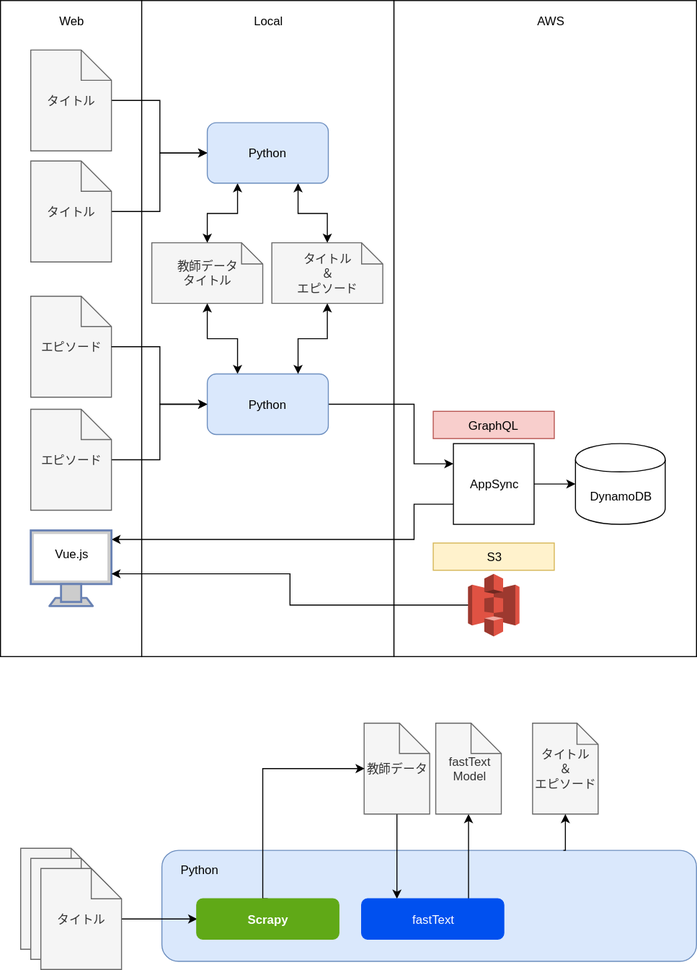
This is Booklyn.svg from shakamo/booklyn2, a draw.io export, as it was before one commit. Source tidied: cells renumbered, new cells last; positions are measured from the earlier drawing's top-left corner, leaving out a move shared by most shapes.
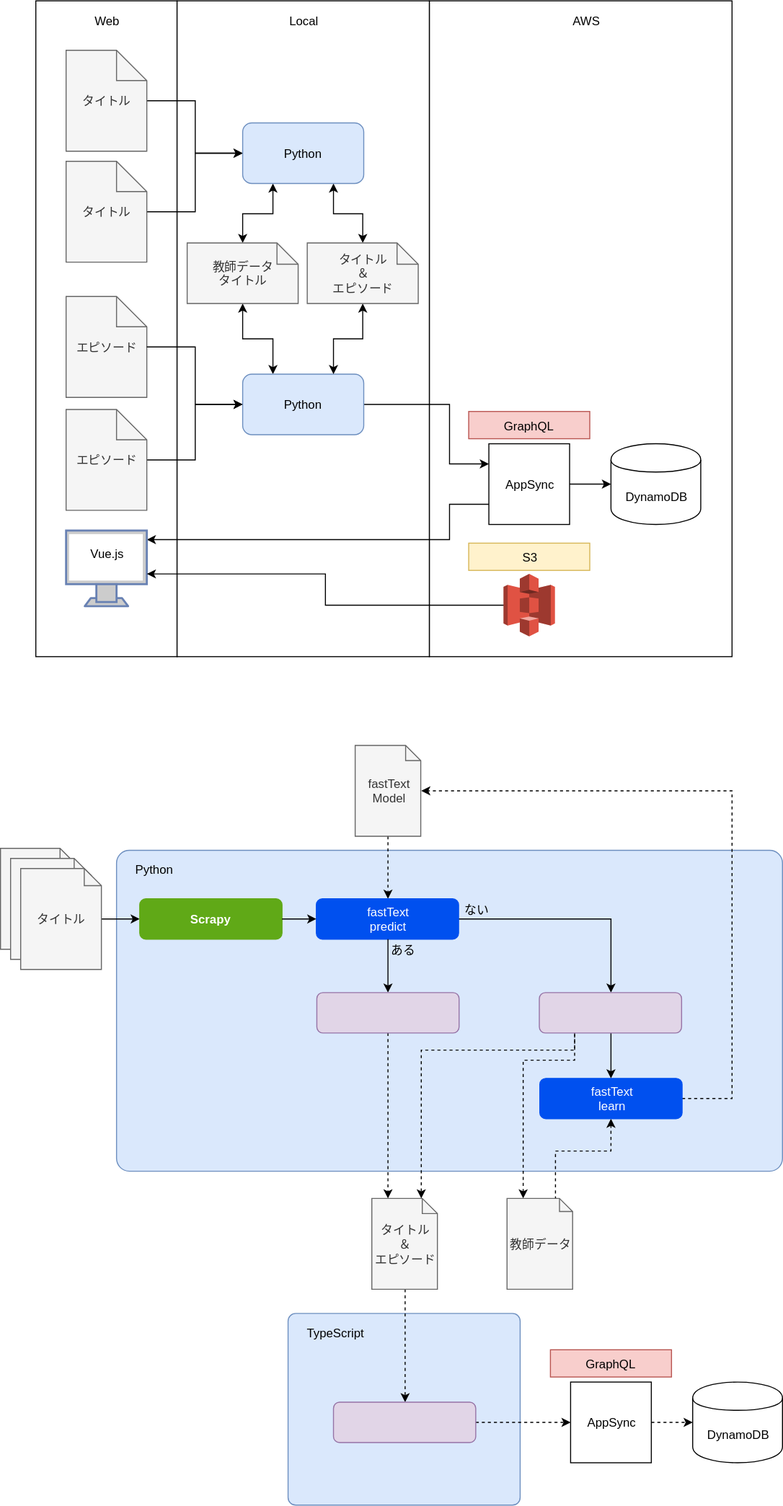
Above is the later version.

The edit, as a diff of the source:
```diff
@@ -2,6 +2,9 @@
   <root>
     <mxCell id="0" />
     <mxCell id="1" parent="0" />
+    <mxCell id="49" value="TypeScript" style="rounded=1;whiteSpace=wrap;html=1;fillColor=#dae8fc;strokeColor=#6c8ebf;verticalAlign=top;align=left;spacing=0;spacingTop=7;spacingLeft=18;arcSize=4;" parent="1" vertex="1">
+      <mxGeometry x="250" y="1301" width="230" height="190" as="geometry" />
+    </mxCell>
     <mxCell id="2" style="rounded=0;whiteSpace=wrap;html=1;" parent="1" vertex="1">
       <mxGeometry x="390" width="300" height="650" as="geometry" />
     </mxCell>
@@ -103,11 +106,11 @@
     <mxCell id="31" value="Vue.js" style="text;html=1;strokeColor=none;fillColor=none;align=center;verticalAlign=middle;whiteSpace=wrap;rounded=0;" parent="1" vertex="1">
       <mxGeometry x="50" y="538" width="40" height="20" as="geometry" />
     </mxCell>
-    <mxCell id="32" value="タイトル" style="shape=note;whiteSpace=wrap;html=1;backgroundOutline=1;fillColor=#f5f5f5;strokeColor=#666666;fontColor=#333333;" parent="1" vertex="1">
-      <mxGeometry x="20" y="840" width="80" height="100" as="geometry" />
+    <mxCell id="32" value="タイトル" style="shape=note;whiteSpace=wrap;html=1;backgroundOutline=1;fillColor=#f5f5f5;strokeColor=#666666;fontColor=#333333;size=21;" parent="1" vertex="1">
+      <mxGeometry x="-35" y="840" width="80" height="100" as="geometry" />
     </mxCell>
-    <mxCell id="33" value="Python" style="rounded=1;whiteSpace=wrap;html=1;fillColor=#dae8fc;strokeColor=#6c8ebf;verticalAlign=top;align=left;spacing=0;spacingTop=7;spacingLeft=18;" parent="1" vertex="1">
-      <mxGeometry x="160" y="842" width="530" height="110" as="geometry" />
+    <mxCell id="33" value="Python" style="rounded=1;whiteSpace=wrap;html=1;fillColor=#dae8fc;strokeColor=#6c8ebf;verticalAlign=top;align=left;spacing=0;spacingTop=7;spacingLeft=18;arcSize=4;" parent="1" vertex="1">
+      <mxGeometry x="80" y="842" width="660" height="318" as="geometry" />
     </mxCell>
     <mxCell id="34" style="edgeStyle=orthogonalEdgeStyle;rounded=0;html=1;entryX=1;entryY=0.71;entryPerimeter=0;startArrow=none;startFill=0;jettySize=auto;exitX=0;exitY=0.5;exitPerimeter=0;" parent="1" edge="1" source="35">
       <mxGeometry relative="1" as="geometry">
@@ -117,48 +120,118 @@
     <mxCell id="35" style="outlineConnect=0;dashed=0;verticalLabelPosition=bottom;verticalAlign=top;align=center;html=1;shape=mxgraph.aws3.s3;fillColor=#E05243;gradientColor=none;" parent="1" vertex="1">
       <mxGeometry x="463.5" y="568" width="51" height="62" as="geometry" />
     </mxCell>
-    <mxCell id="36" value="タイトル" style="shape=note;whiteSpace=wrap;html=1;backgroundOutline=1;fillColor=#f5f5f5;strokeColor=#666666;fontColor=#333333;" parent="1" vertex="1">
-      <mxGeometry x="30" y="850" width="80" height="100" as="geometry" />
+    <mxCell id="36" value="タイトル" style="shape=note;whiteSpace=wrap;html=1;backgroundOutline=1;fillColor=#f5f5f5;strokeColor=#666666;fontColor=#333333;size=17;" parent="1" vertex="1">
+      <mxGeometry x="-25" y="850" width="80" height="100" as="geometry" />
     </mxCell>
     <mxCell id="37" style="edgeStyle=orthogonalEdgeStyle;rounded=0;html=1;entryX=0;entryY=0.5;startArrow=none;startFill=0;jettySize=auto;" parent="1" edge="1" source="38" target="48">
       <mxGeometry relative="1" as="geometry" />
     </mxCell>
-    <mxCell id="38" value="タイトル" style="shape=note;whiteSpace=wrap;html=1;backgroundOutline=1;fillColor=#f5f5f5;strokeColor=#666666;fontColor=#333333;" parent="1" vertex="1">
-      <mxGeometry x="40" y="860" width="80" height="100" as="geometry" />
+    <mxCell id="38" value="タイトル" style="shape=note;whiteSpace=wrap;html=1;backgroundOutline=1;fillColor=#f5f5f5;strokeColor=#666666;fontColor=#333333;size=17;" parent="1" vertex="1">
+      <mxGeometry x="-15" y="860" width="80" height="100" as="geometry" />
     </mxCell>
-    <mxCell id="39" style="edgeStyle=orthogonalEdgeStyle;rounded=0;html=1;entryX=0.25;entryY=0;startArrow=none;startFill=0;jettySize=auto;" parent="1" edge="1" source="40" target="42">
-      <mxGeometry relative="1" as="geometry" />
+    <mxCell id="39" style="edgeStyle=orthogonalEdgeStyle;rounded=0;html=1;entryX=0.25;entryY=1;startArrow=classic;startFill=1;jettySize=auto;endArrow=none;endFill=0;exitX=0.25;exitY=0;dashed=1;" parent="1" edge="1" source="40" target="60">
+      <mxGeometry relative="1" as="geometry">
+        <Array as="points">
+          <mxPoint x="483" y="1050" />
+          <mxPoint x="534" y="1050" />
+        </Array>
+      </mxGeometry>
     </mxCell>
+    <mxCell id="50" style="edgeStyle=orthogonalEdgeStyle;rounded=0;html=1;entryX=0.5;entryY=1;startArrow=none;startFill=0;endArrow=classic;endFill=1;jettySize=auto;fontSize=12;exitX=0.75;exitY=0;dashed=1;" parent="1" edge="1" source="40" target="56">
+      <mxGeometry relative="1" as="geometry">
+        <Array as="points">
+          <mxPoint x="515" y="1140" />
+          <mxPoint x="570" y="1140" />
+        </Array>
+      </mxGeometry>
+    </mxCell>
-    <mxCell id="40" value="教師データ" style="shape=note;whiteSpace=wrap;html=1;backgroundOutline=1;fillColor=#f5f5f5;strokeColor=#666666;fontColor=#333333;" parent="1" vertex="1">
-      <mxGeometry x="360.5" y="716" width="65" height="90" as="geometry" />
+    <mxCell id="40" value="教師データ" style="shape=note;whiteSpace=wrap;html=1;backgroundOutline=1;fillColor=#f5f5f5;strokeColor=#666666;fontColor=#333333;size=13;" parent="1" vertex="1">
+      <mxGeometry x="467" y="1187" width="65" height="90" as="geometry" />
     </mxCell>
-    <mxCell id="41" style="edgeStyle=orthogonalEdgeStyle;rounded=0;html=1;entryX=0.5;entryY=1;startArrow=none;startFill=0;jettySize=auto;exitX=0.75;exitY=0;" parent="1" edge="1" source="42" target="43">
+    <mxCell id="41" style="edgeStyle=orthogonalEdgeStyle;rounded=0;html=1;startArrow=none;startFill=0;jettySize=auto;exitX=0.5;exitY=1;entryX=0.5;entryY=0;dashed=1;" parent="1" edge="1" source="43" target="42">
       <mxGeometry relative="1" as="geometry" />
     </mxCell>
+    <mxCell id="51" style="edgeStyle=orthogonalEdgeStyle;rounded=0;html=1;entryX=0.5;entryY=0;startArrow=none;startFill=0;endArrow=classic;endFill=1;jettySize=auto;fontSize=12;" parent="1" edge="1" source="42" target="60">
+      <mxGeometry relative="1" as="geometry" />
+    </mxCell>
-    <mxCell id="42" value="fastText" style="rounded=1;whiteSpace=wrap;html=1;fillColor=#0050ef;strokeColor=#0050ef;verticalAlign=middle;fontColor=#ffffff;" parent="1" vertex="1">
-      <mxGeometry x="358" y="890" width="141" height="40" as="geometry" />
+    <mxCell id="42" value="fastText&lt;br&gt;predict&lt;br&gt;" style="rounded=1;whiteSpace=wrap;html=1;fillColor=#0050ef;strokeColor=#0050ef;verticalAlign=middle;fontColor=#ffffff;" parent="1" vertex="1">
+      <mxGeometry x="278" y="890" width="141" height="40" as="geometry" />
     </mxCell>
-    <mxCell id="43" value="fastText&lt;br&gt;Model&lt;br&gt;" style="shape=note;whiteSpace=wrap;html=1;backgroundOutline=1;fillColor=#f5f5f5;strokeColor=#666666;fontColor=#333333;" parent="1" vertex="1">
-      <mxGeometry x="431.5" y="716" width="65" height="90" as="geometry" />
+    <mxCell id="43" value="fastText&lt;br&gt;Model&lt;br&gt;" style="shape=note;whiteSpace=wrap;html=1;backgroundOutline=1;fillColor=#f5f5f5;strokeColor=#666666;fontColor=#333333;size=15;" parent="1" vertex="1">
+      <mxGeometry x="316.5" y="738" width="65" height="90" as="geometry" />
     </mxCell>
+    <mxCell id="52" style="edgeStyle=orthogonalEdgeStyle;rounded=0;html=1;entryX=0.5;entryY=0;dashed=1;startArrow=none;startFill=0;endArrow=classic;endFill=1;jettySize=auto;fontSize=12;" parent="1" edge="1" source="44" target="64">
+      <mxGeometry relative="1" as="geometry" />
+    </mxCell>
-    <mxCell id="44" value="タイトル&lt;br&gt;＆&lt;br&gt;エピソード&lt;br&gt;" style="shape=note;whiteSpace=wrap;html=1;backgroundOutline=1;fillColor=#f5f5f5;strokeColor=#666666;fontColor=#333333;size=21;" parent="1" vertex="1">
-      <mxGeometry x="527.5" y="716" width="65" height="90" as="geometry" />
+    <mxCell id="44" value="タイトル&lt;br&gt;＆&lt;br&gt;エピソード&lt;br&gt;" style="shape=note;whiteSpace=wrap;html=1;backgroundOutline=1;fillColor=#f5f5f5;strokeColor=#666666;fontColor=#333333;size=15;" parent="1" vertex="1">
+      <mxGeometry x="333" y="1187" width="65" height="90" as="geometry" />
     </mxCell>
-    <mxCell id="45" style="edgeStyle=orthogonalEdgeStyle;rounded=0;html=1;entryX=0.5;entryY=1;startArrow=none;startFill=0;jettySize=auto;exitX=0.75;exitY=0;" parent="1" edge="1" source="33" target="44">
+    <mxCell id="45" style="edgeStyle=orthogonalEdgeStyle;rounded=0;html=1;entryX=0.25;entryY=0;startArrow=none;startFill=0;jettySize=auto;exitX=0.5;exitY=1;dashed=1;" parent="1" edge="1" source="57" target="44">
       <mxGeometry relative="1" as="geometry" />
     </mxCell>
     <mxCell id="46" value="S3&lt;br&gt;" style="rounded=0;whiteSpace=wrap;html=1;fillColor=#fff2cc;strokeColor=#d6b656;" parent="1" vertex="1">
       <mxGeometry x="429" y="537.5" width="120" height="27" as="geometry" />
     </mxCell>
-    <mxCell id="47" style="edgeStyle=orthogonalEdgeStyle;rounded=0;html=1;entryX=0;entryY=0.5;startArrow=none;startFill=0;endArrow=classic;endFill=1;jettySize=auto;fontSize=12;exitX=0.5;exitY=0;" parent="1" edge="1" source="48" target="40">
-      <mxGeometry relative="1" as="geometry">
-        <Array as="points">
-          <mxPoint x="260" y="761" />
-        </Array>
-      </mxGeometry>
-    </mxCell>
     <mxCell id="48" value="&lt;h1 style=&quot;font-size: 12px;&quot;&gt;Scrapy&lt;/h1&gt;" style="rounded=1;whiteSpace=wrap;html=1;fillColor=#60a917;strokeColor=#60a917;verticalAlign=middle;fontColor=#ffffff;fontSize=12;" parent="1" vertex="1">
-      <mxGeometry x="194.5" y="890" width="141" height="40" as="geometry" />
+      <mxGeometry x="103" y="890" width="141" height="40" as="geometry" />
     </mxCell>
+    <mxCell id="53" style="edgeStyle=orthogonalEdgeStyle;rounded=0;html=1;entryX=0;entryY=0.5;startArrow=none;startFill=0;endArrow=classic;endFill=1;jettySize=auto;fontSize=12;exitX=1;exitY=0.5;" parent="1" edge="1" source="48" target="42">
+      <mxGeometry relative="1" as="geometry" />
+    </mxCell>
+    <mxCell id="54" style="edgeStyle=orthogonalEdgeStyle;rounded=0;html=1;entryX=0.5;entryY=0;startArrow=none;startFill=0;endArrow=classic;endFill=1;jettySize=auto;fontSize=12;exitX=0.5;exitY=1;" parent="1" edge="1" source="42" target="57">
+      <mxGeometry relative="1" as="geometry" />
+    </mxCell>
+    <mxCell id="55" style="edgeStyle=orthogonalEdgeStyle;rounded=0;html=1;entryX=1;entryY=0.5;startArrow=none;startFill=0;endArrow=classic;endFill=1;jettySize=auto;fontSize=12;dashed=1;" parent="1" edge="1" source="56" target="43">
+      <mxGeometry relative="1" as="geometry">
+        <Array as="points">
+          <mxPoint x="690" y="1088" />
+          <mxPoint x="690" y="783" />
+        </Array>
+      </mxGeometry>
+    </mxCell>
+    <mxCell id="56" value="fastText&lt;br&gt;learn&lt;br&gt;" style="rounded=1;whiteSpace=wrap;html=1;fillColor=#0050ef;strokeColor=#0050ef;verticalAlign=middle;fontColor=#ffffff;" parent="1" vertex="1">
+      <mxGeometry x="499.5" y="1068" width="141" height="40" as="geometry" />
+    </mxCell>
+    <mxCell id="57" value="&lt;h1 style=&quot;font-size: 12px&quot;&gt;&lt;br&gt;&lt;/h1&gt;" style="rounded=1;whiteSpace=wrap;html=1;fillColor=#e1d5e7;strokeColor=#9673a6;verticalAlign=middle;fontSize=12;" parent="1" vertex="1">
+      <mxGeometry x="278.5" y="983" width="141" height="40" as="geometry" />
+    </mxCell>
+    <mxCell id="58" style="edgeStyle=orthogonalEdgeStyle;rounded=0;html=1;entryX=0.75;entryY=0;startArrow=none;startFill=0;endArrow=classic;endFill=1;jettySize=auto;fontSize=12;exitX=0.25;exitY=1;dashed=1;" parent="1" edge="1" source="60" target="44">
+      <mxGeometry relative="1" as="geometry">
+        <Array as="points">
+          <mxPoint x="534" y="1040" />
+          <mxPoint x="382" y="1040" />
+        </Array>
+      </mxGeometry>
+    </mxCell>
+    <mxCell id="59" style="edgeStyle=orthogonalEdgeStyle;rounded=0;html=1;entryX=0.5;entryY=0;startArrow=none;startFill=0;endArrow=classic;endFill=1;jettySize=auto;fontSize=12;" parent="1" edge="1" source="60" target="56">
+      <mxGeometry relative="1" as="geometry" />
+    </mxCell>
+    <mxCell id="60" value="&lt;h1 style=&quot;font-size: 12px&quot;&gt;&lt;br&gt;&lt;/h1&gt;" style="rounded=1;whiteSpace=wrap;html=1;fillColor=#e1d5e7;strokeColor=#9673a6;verticalAlign=middle;fontSize=12;" parent="1" vertex="1">
+      <mxGeometry x="499" y="983" width="141" height="40" as="geometry" />
+    </mxCell>
+    <mxCell id="61" value="ある" style="text;html=1;strokeColor=none;fillColor=none;align=center;verticalAlign=middle;whiteSpace=wrap;rounded=0;fontSize=12;" parent="1" vertex="1">
+      <mxGeometry x="343.5" y="931" width="40" height="20" as="geometry" />
+    </mxCell>
+    <mxCell id="62" value="ない" style="text;html=1;strokeColor=none;fillColor=none;align=center;verticalAlign=middle;whiteSpace=wrap;rounded=0;fontSize=12;" parent="1" vertex="1">
+      <mxGeometry x="417" y="891" width="40" height="20" as="geometry" />
+    </mxCell>
+    <mxCell id="63" style="edgeStyle=orthogonalEdgeStyle;rounded=0;html=1;entryX=0;entryY=0.5;dashed=1;startArrow=none;startFill=0;endArrow=classic;endFill=1;jettySize=auto;fontSize=12;" parent="1" edge="1" source="64" target="66">
+      <mxGeometry relative="1" as="geometry" />
+    </mxCell>
+    <mxCell id="64" value="&lt;h1 style=&quot;font-size: 12px&quot;&gt;&lt;br&gt;&lt;/h1&gt;" style="rounded=1;whiteSpace=wrap;html=1;fillColor=#e1d5e7;strokeColor=#9673a6;verticalAlign=middle;fontSize=12;" parent="1" vertex="1">
+      <mxGeometry x="295" y="1389" width="141" height="40" as="geometry" />
+    </mxCell>
+    <mxCell id="65" style="edgeStyle=orthogonalEdgeStyle;rounded=0;html=1;entryX=0;entryY=0.5;jettySize=auto;dashed=1;" parent="1" edge="1" source="66" target="67">
+      <mxGeometry relative="1" as="geometry" />
+    </mxCell>
+    <mxCell id="66" value="AppSync" style="whiteSpace=wrap;html=1;" parent="1" vertex="1">
+      <mxGeometry x="530" y="1369" width="80" height="80" as="geometry" />
+    </mxCell>
+    <mxCell id="67" value="DynamoDB" style="shape=cylinder;whiteSpace=wrap;html=1;boundedLbl=1;backgroundOutline=1;" parent="1" vertex="1">
+      <mxGeometry x="651" y="1369" width="89" height="80" as="geometry" />
+    </mxCell>
+    <mxCell id="68" value="GraphQL" style="rounded=0;whiteSpace=wrap;html=1;fillColor=#f8cecc;strokeColor=#b85450;" parent="1" vertex="1">
+      <mxGeometry x="510" y="1337" width="120" height="27" as="geometry" />
+    </mxCell>
   </root>
 </mxGraphModel>
```
